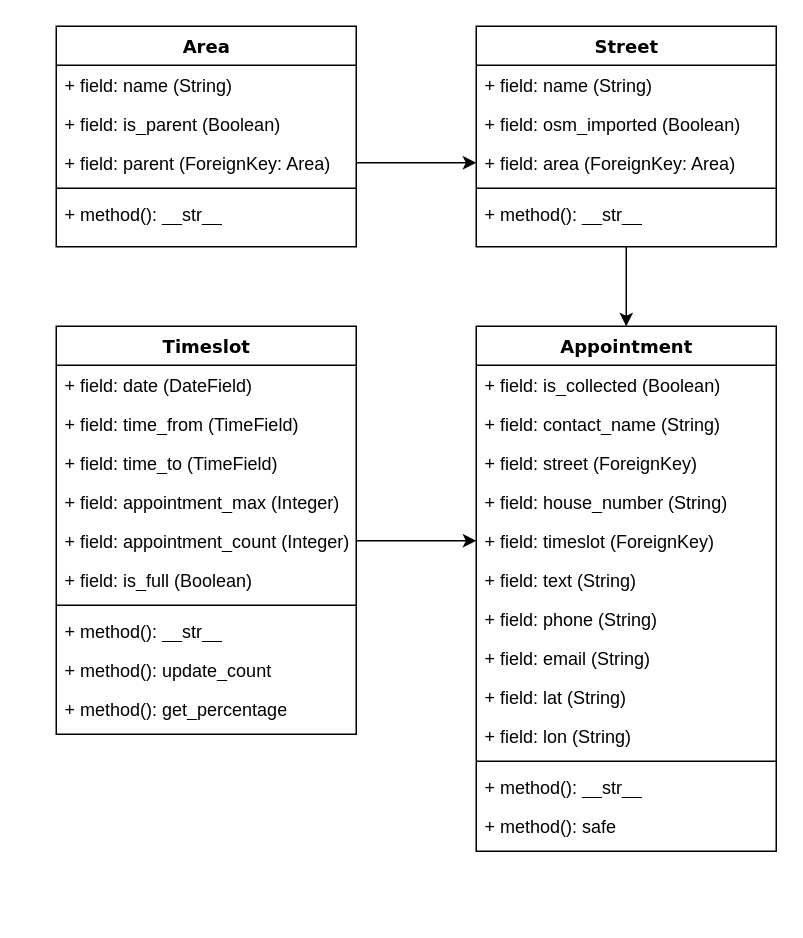
do9xe/WBSA-Tool keeps this draw.io diagram as data_model.drawio. Above is the earlier version. Source tidied: cells renumbered, new cells numbered last; positions are measured from the earlier drawing's top-left corner, leaving out a move shared by most shapes. Both pictures are drawn from the tidied source at 150%, with x=0, y=0 at pixel (56, 26).
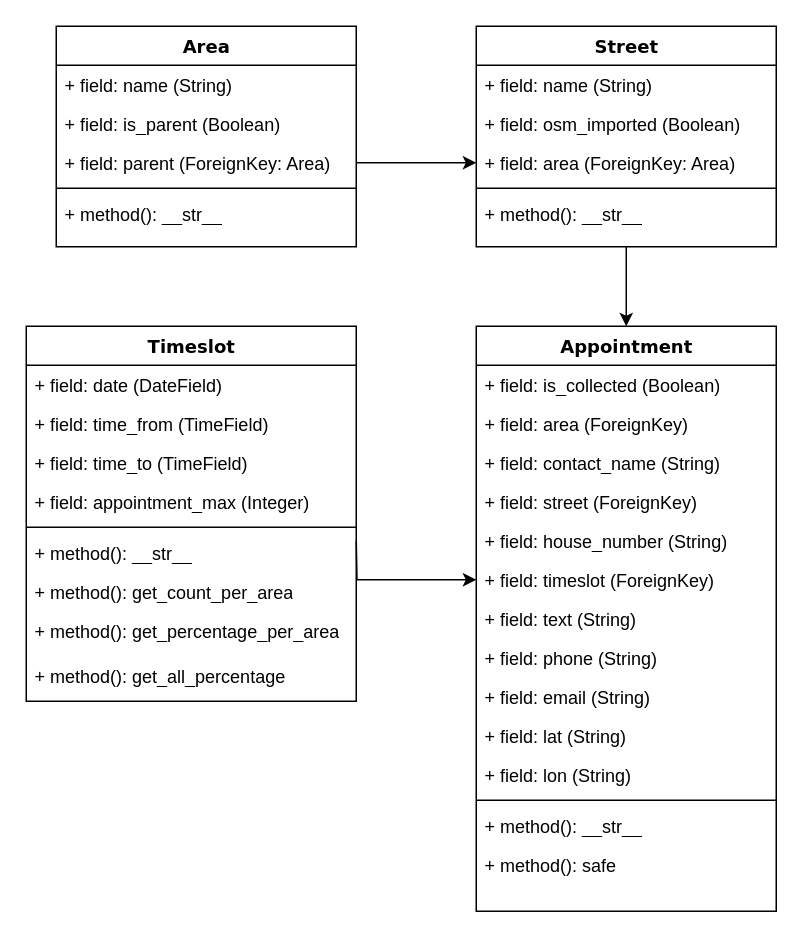
The same page after the edit.

What changed in the source:
```diff
@@
     <mxCell id="16" value="Timeslot" style="swimlane;html=1;fontStyle=1;align=center;verticalAlign=top;horizontal=1;startSize=26;swimlaneFillColor=#ffffff;rounded=0;shadow=0;comic=0;labelBackgroundColor=none;strokeWidth=1;fillColor=none;fontFamily=Verdana;fontSize=12;" parent="1" vertex="1">
-      <mxGeometry y="200" width="200" height="272" as="geometry" />
+      <mxGeometry x="-20" y="200" width="220" height="250" as="geometry" />
     </mxCell>
     <mxCell id="17" value="+ field: date (DateField)" style="text;html=1;strokeColor=none;fillColor=none;align=left;verticalAlign=top;spacingLeft=4;spacingRight=4;whiteSpace=wrap;overflow=hidden;" parent="16" vertex="1">
-      <mxGeometry y="26" width="200" height="26" as="geometry" />
+      <mxGeometry y="26" width="220" height="26" as="geometry" />
     </mxCell>
     <mxCell id="18" value="+ field: time_from (TimeField)" style="text;html=1;strokeColor=none;fillColor=none;align=left;verticalAlign=top;spacingLeft=4;spacingRight=4;whiteSpace=wrap;overflow=hidden;" parent="16" vertex="1">
-      <mxGeometry y="52" width="200" height="26" as="geometry" />
+      <mxGeometry y="52" width="220" height="26" as="geometry" />
     </mxCell>
     <mxCell id="19" value="+ field: time_to (TimeField)" style="text;html=1;strokeColor=none;fillColor=none;align=left;verticalAlign=top;spacingLeft=4;spacingRight=4;whiteSpace=wrap;overflow=hidden;" parent="16" vertex="1">
-      <mxGeometry y="78" width="200" height="26" as="geometry" />
+      <mxGeometry y="78" width="220" height="26" as="geometry" />
     </mxCell>
     <mxCell id="20" value="+ field: appointment_max (Integer)" style="text;html=1;strokeColor=none;fillColor=none;align=left;verticalAlign=top;spacingLeft=4;spacingRight=4;whiteSpace=wrap;overflow=hidden;" parent="16" vertex="1">
-      <mxGeometry y="104" width="200" height="26" as="geometry" />
+      <mxGeometry y="104" width="220" height="26" as="geometry" />
     </mxCell>
-    <mxCell id="21" value="+ field: appointment_count (Integer)" style="text;html=1;strokeColor=none;fillColor=none;align=left;verticalAlign=top;spacingLeft=4;spacingRight=4;whiteSpace=wrap;overflow=hidden;points=[[0,0.5],[1,0.5]];portConstraint=eastwest;" parent="16" vertex="1">
-      <mxGeometry y="130" width="200" height="26" as="geometry" />
-    </mxCell>
-    <mxCell id="22" value="+ field: is_full (Boolean)" style="text;html=1;strokeColor=none;fillColor=none;align=left;verticalAlign=top;spacingLeft=4;spacingRight=4;whiteSpace=wrap;overflow=hidden;" parent="16" vertex="1">
-      <mxGeometry y="156" width="200" height="26" as="geometry" />
-    </mxCell>
     <mxCell id="23" style="line;html=1;strokeWidth=1;fillColor=none;align=left;verticalAlign=middle;spacingTop=-1;spacingLeft=3;spacingRight=3;labelPosition=right;" parent="16" vertex="1">
-      <mxGeometry y="182" width="200" height="8" as="geometry" />
+      <mxGeometry y="130" width="220" height="8" as="geometry" />
     </mxCell>
     <mxCell id="24" value="+ method(): __str__" style="text;html=1;strokeColor=none;fillColor=none;align=left;verticalAlign=top;spacingLeft=4;spacingRight=4;whiteSpace=wrap;overflow=hidden;" parent="16" vertex="1">
-      <mxGeometry y="190" width="200" height="26" as="geometry" />
+      <mxGeometry y="138" width="220" height="26" as="geometry" />
     </mxCell>
-    <mxCell id="25" value="+ method(): update_count" style="text;html=1;strokeColor=none;fillColor=none;align=left;verticalAlign=top;spacingLeft=4;spacingRight=4;whiteSpace=wrap;overflow=hidden;" parent="16" vertex="1">
-      <mxGeometry y="216" width="200" height="26" as="geometry" />
+    <mxCell id="25" value="+ method(): get_count_per_area" style="text;html=1;strokeColor=none;fillColor=none;align=left;verticalAlign=top;spacingLeft=4;spacingRight=4;whiteSpace=wrap;overflow=hidden;" parent="16" vertex="1">
+      <mxGeometry y="164" width="220" height="26" as="geometry" />
     </mxCell>
-    <mxCell id="26" value="+ method(): get_percentage" style="text;html=1;strokeColor=none;fillColor=none;align=left;verticalAlign=top;spacingLeft=4;spacingRight=4;whiteSpace=wrap;overflow=hidden;" parent="16" vertex="1">
-      <mxGeometry y="242" width="200" height="26" as="geometry" />
+    <mxCell id="26" value="+ method(): get_percentage_per_area" style="text;html=1;strokeColor=none;fillColor=none;align=left;verticalAlign=top;spacingLeft=4;spacingRight=4;whiteSpace=wrap;overflow=hidden;" parent="16" vertex="1">
+      <mxGeometry y="190" width="220" height="30" as="geometry" />
     </mxCell>
+    <mxCell id="42" value="+ method(): get_all_percentage" style="text;html=1;strokeColor=none;fillColor=none;align=left;verticalAlign=top;spacingLeft=4;spacingRight=4;whiteSpace=wrap;overflow=hidden;" parent="16" vertex="1">
+      <mxGeometry y="220" width="220" height="30" as="geometry" />
+    </mxCell>
     <mxCell id="27" value="Appointment" style="swimlane;html=1;fontStyle=1;align=center;verticalAlign=top;horizontal=1;startSize=26;swimlaneFillColor=#ffffff;rounded=0;shadow=0;comic=0;labelBackgroundColor=none;strokeWidth=1;fillColor=none;fontFamily=Verdana;fontSize=12;" parent="1" vertex="1">
-      <mxGeometry x="280" y="200" width="200" height="350" as="geometry" />
+      <mxGeometry x="280" y="200" width="200" height="390" as="geometry" />
     </mxCell>
@@
-    <mxCell id="29" value="+ field: contact_name (String)" style="text;html=1;strokeColor=none;fillColor=none;align=left;verticalAlign=top;spacingLeft=4;spacingRight=4;whiteSpace=wrap;overflow=hidden;" parent="27" vertex="1">
+    <mxCell id="29" value="+ field: area (ForeignKey)" style="text;html=1;strokeColor=none;fillColor=none;align=left;verticalAlign=top;spacingLeft=4;spacingRight=4;whiteSpace=wrap;overflow=hidden;" parent="27" vertex="1">
       <mxGeometry y="52" width="200" height="26" as="geometry" />
     </mxCell>
+    <mxCell id="43" value="+ field: contact_name (String)" style="text;html=1;strokeColor=none;fillColor=none;align=left;verticalAlign=top;spacingLeft=4;spacingRight=4;whiteSpace=wrap;overflow=hidden;" parent="27" vertex="1">
+      <mxGeometry y="78" width="200" height="26" as="geometry" />
+    </mxCell>
     <mxCell id="30" value="+ field: street (ForeignKey)" style="text;html=1;strokeColor=none;fillColor=none;align=left;verticalAlign=top;spacingLeft=4;spacingRight=4;whiteSpace=wrap;overflow=hidden;" parent="27" vertex="1">
-      <mxGeometry y="78" width="200" height="26" as="geometry" />
+      <mxGeometry y="104" width="200" height="26" as="geometry" />
     </mxCell>
     <mxCell id="31" value="+ field: house_number (String)" style="text;html=1;strokeColor=none;fillColor=none;align=left;verticalAlign=top;spacingLeft=4;spacingRight=4;whiteSpace=wrap;overflow=hidden;" parent="27" vertex="1">
-      <mxGeometry y="104" width="200" height="26" as="geometry" />
+      <mxGeometry y="130" width="200" height="26" as="geometry" />
     </mxCell>
     <mxCell id="32" value="+ field: timeslot (ForeignKey)" style="text;html=1;strokeColor=none;fillColor=none;align=left;verticalAlign=top;spacingLeft=4;spacingRight=4;whiteSpace=wrap;overflow=hidden;points=[[0,0.5],[1,0.5]];portConstraint=eastwest;" parent="27" vertex="1">
-      <mxGeometry y="130" width="200" height="26" as="geometry" />
+      <mxGeometry y="156" width="200" height="26" as="geometry" />
     </mxCell>
     <mxCell id="33" value="+ field: text (String)" style="text;html=1;strokeColor=none;fillColor=none;align=left;verticalAlign=top;spacingLeft=4;spacingRight=4;whiteSpace=wrap;overflow=hidden;" parent="27" vertex="1">
-      <mxGeometry y="156" width="200" height="26" as="geometry" />
+      <mxGeometry y="182" width="200" height="26" as="geometry" />
     </mxCell>
     <mxCell id="34" value="+ field: phone (String)" style="text;html=1;strokeColor=none;fillColor=none;align=left;verticalAlign=top;spacingLeft=4;spacingRight=4;whiteSpace=wrap;overflow=hidden;" parent="27" vertex="1">
-      <mxGeometry y="182" width="200" height="26" as="geometry" />
+      <mxGeometry y="208" width="200" height="26" as="geometry" />
     </mxCell>
     <mxCell id="35" value="+ field: email (String)" style="text;html=1;strokeColor=none;fillColor=none;align=left;verticalAlign=top;spacingLeft=4;spacingRight=4;whiteSpace=wrap;overflow=hidden;" parent="27" vertex="1">
-      <mxGeometry y="208" width="200" height="26" as="geometry" />
+      <mxGeometry y="234" width="200" height="26" as="geometry" />
     </mxCell>
     <mxCell id="36" value="+ field: lat (String)" style="text;html=1;strokeColor=none;fillColor=none;align=left;verticalAlign=top;spacingLeft=4;spacingRight=4;whiteSpace=wrap;overflow=hidden;" parent="27" vertex="1">
-      <mxGeometry y="234" width="200" height="26" as="geometry" />
+      <mxGeometry y="260" width="200" height="26" as="geometry" />
     </mxCell>
     <mxCell id="37" value="+ field: lon (String)" style="text;html=1;strokeColor=none;fillColor=none;align=left;verticalAlign=top;spacingLeft=4;spacingRight=4;whiteSpace=wrap;overflow=hidden;" parent="27" vertex="1">
-      <mxGeometry y="260" width="200" height="26" as="geometry" />
+      <mxGeometry y="286" width="200" height="26" as="geometry" />
     </mxCell>
     <mxCell id="38" style="line;html=1;strokeWidth=1;fillColor=none;align=left;verticalAlign=middle;spacingTop=-1;spacingLeft=3;spacingRight=3;labelPosition=right;" parent="27" vertex="1">
-      <mxGeometry y="286" width="200" height="8" as="geometry" />
+      <mxGeometry y="312" width="200" height="8" as="geometry" />
     </mxCell>
     <mxCell id="39" value="+ method(): __str__" style="text;html=1;strokeColor=none;fillColor=none;align=left;verticalAlign=top;spacingLeft=4;spacingRight=4;whiteSpace=wrap;overflow=hidden;" parent="27" vertex="1">
-      <mxGeometry y="294" width="200" height="26" as="geometry" />
+      <mxGeometry y="320" width="200" height="26" as="geometry" />
     </mxCell>
     <mxCell id="40" value="+ method(): safe" style="text;html=1;strokeColor=none;fillColor=none;align=left;verticalAlign=top;spacingLeft=4;spacingRight=4;whiteSpace=wrap;overflow=hidden;" parent="27" vertex="1">
-      <mxGeometry y="320" width="200" height="26" as="geometry" />
+      <mxGeometry y="346" width="200" height="26" as="geometry" />
     </mxCell>
-    <mxCell id="41" style="edgeStyle=orthogonalEdgeStyle;rounded=0;jettySize=auto;html=1;exitX=1;exitY=0.5;exitDx=0;exitDy=0;entryX=0;entryY=0.5;entryDx=0;entryDy=0;" parent="1" edge="1" source="21" target="32">
-      <mxGeometry relative="1" as="geometry" />
+    <mxCell id="41" style="edgeStyle=orthogonalEdgeStyle;rounded=0;jettySize=auto;html=1;exitX=1;exitY=0.5;exitDx=0;exitDy=0;entryX=0;entryY=0.5;entryDx=0;entryDy=0;" parent="1" edge="1" target="32">
+      <mxGeometry relative="1" as="geometry">
+        <mxPoint x="200" y="343" as="sourcePoint" />
+      </mxGeometry>
     </mxCell>
```
